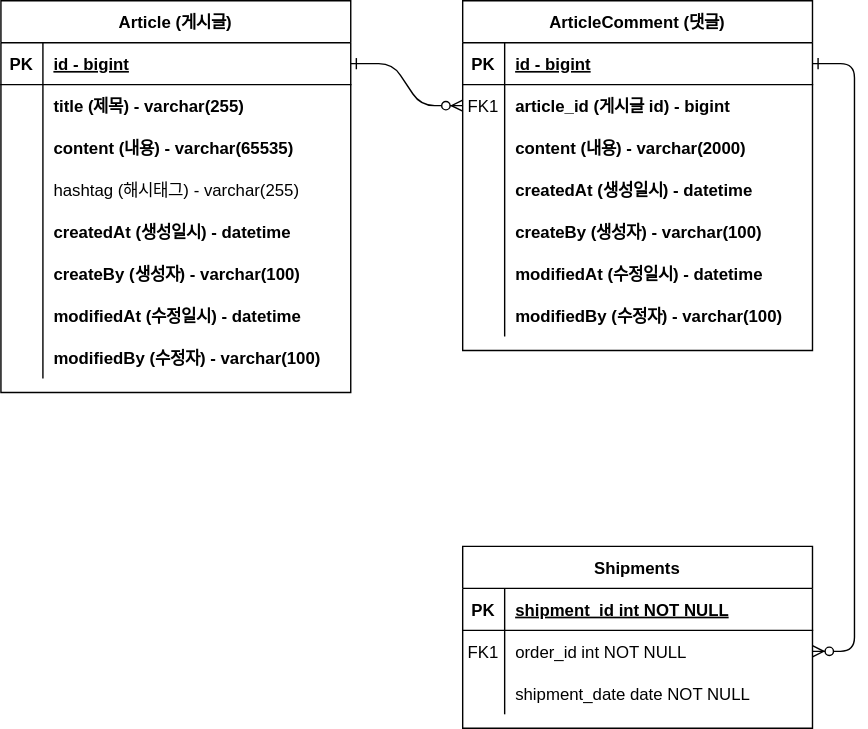
Earlier version of the draw.io export document/project-board-erd.svg (wowjjang83/fastcampus-project-board). Source tidied: cells renumbered, new cells last; positions are measured from the earlier drawing's top-left corner, leaving out a move shared by most shapes.
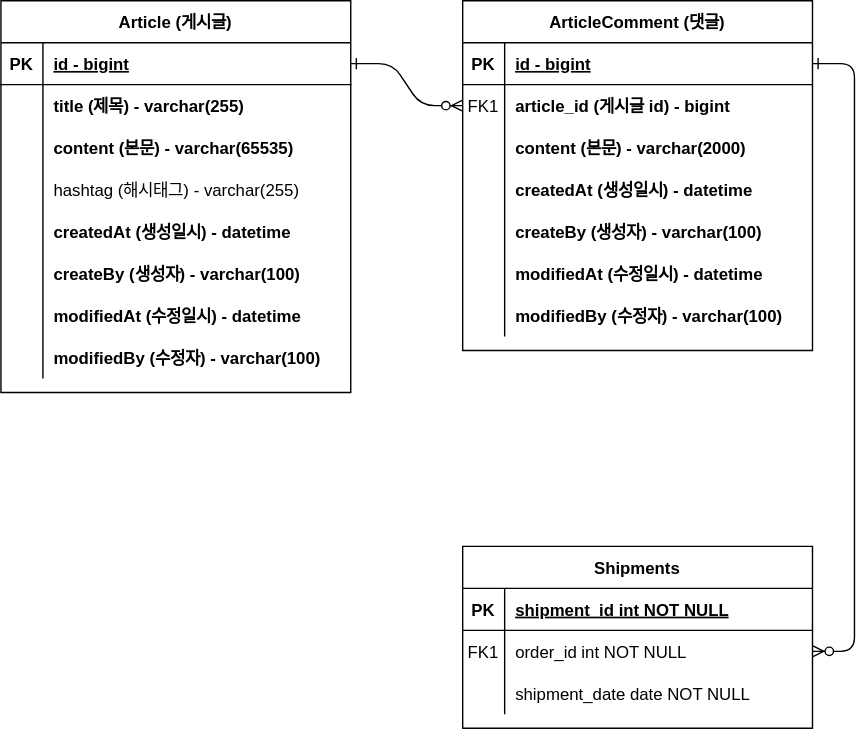
Above is the later version.

Commit message:
#6 -  ERD 본문업데이트 project-board-erd.svg 업데이트

Diff of the diagram source:
```diff
@@ -35,7 +35,7 @@
     <mxCell id="12" style="shape=partialRectangle;overflow=hidden;fillColor=none;top=0;left=0;bottom=0;right=0;" parent="11" vertex="1">
       <mxGeometry width="30" height="30" as="geometry" />
     </mxCell>
-    <mxCell id="13" value="content (내용) - varchar(2000)" style="shape=partialRectangle;overflow=hidden;fillColor=none;top=0;left=0;bottom=0;right=0;align=left;spacingLeft=6;fontStyle=1;" parent="11" vertex="1">
+    <mxCell id="13" value="content (본문) - varchar(2000)" style="shape=partialRectangle;overflow=hidden;fillColor=none;top=0;left=0;bottom=0;right=0;align=left;spacingLeft=6;fontStyle=1;" parent="11" vertex="1">
       <mxGeometry x="30" width="220" height="30" as="geometry" />
     </mxCell>
     <mxCell id="14" style="shape=partialRectangle;fillColor=none;top=0;left=0;right=0;bottom=0;" parent="4" vertex="1">
@@ -131,7 +131,7 @@
     <mxCell id="44" style="shape=partialRectangle;overflow=hidden;fillColor=none;top=0;left=0;bottom=0;right=0;" parent="43" vertex="1">
       <mxGeometry width="30" height="30" as="geometry" />
     </mxCell>
-    <mxCell id="45" value="content (내용) - varchar(65535)" style="shape=partialRectangle;overflow=hidden;fillColor=none;top=0;left=0;bottom=0;right=0;align=left;spacingLeft=6;fontStyle=1;" parent="43" vertex="1">
+    <mxCell id="45" value="content (본문) - varchar(65535)" style="shape=partialRectangle;overflow=hidden;fillColor=none;top=0;left=0;bottom=0;right=0;align=left;spacingLeft=6;fontStyle=1;" parent="43" vertex="1">
       <mxGeometry x="30" width="220" height="30" as="geometry" />
     </mxCell>
     <mxCell id="46" style="shape=partialRectangle;fillColor=none;top=0;left=0;right=0;bottom=0;" parent="36" vertex="1">
```
